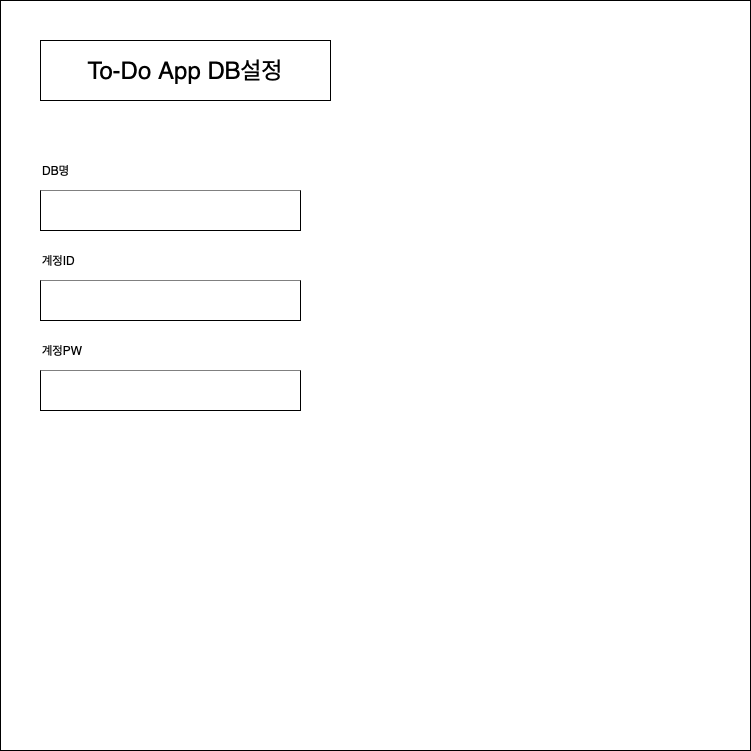
The draw.io diagram design/To-Do App Create DB.png in imaneya/clush-todo-frontend, before a commit. Source tidied: cells renumbered, new cells last; positions are measured from the earlier drawing's top-left corner, leaving out a move shared by most shapes.
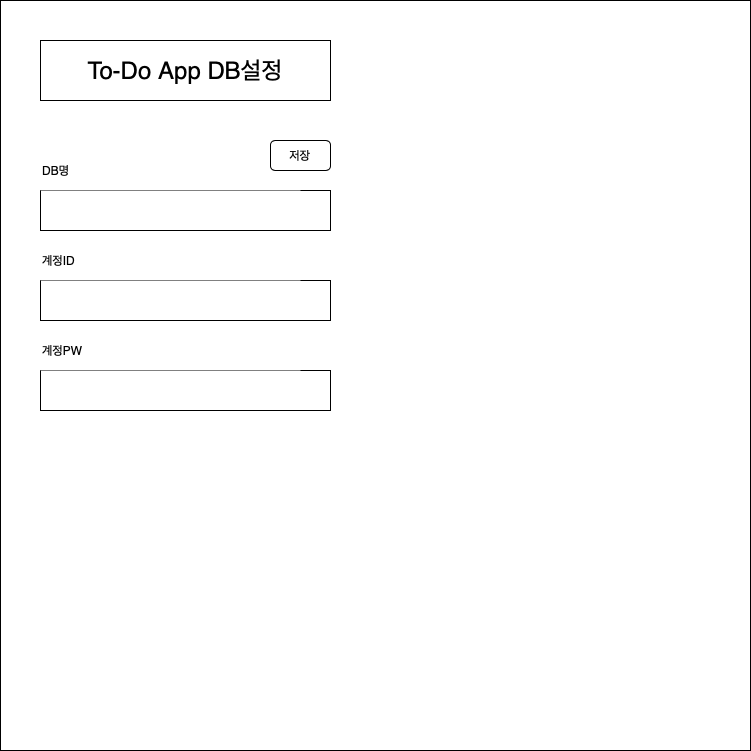
Later version of the same file.

Change to the diagram source:
```diff
@@ -9,22 +9,25 @@
       <mxGeometry x="40" y="40" width="290" height="60" as="geometry" />
     </mxCell>
     <mxCell id="4" style="rounded=0;whiteSpace=wrap;html=1;align=left;" parent="1" vertex="1">
-      <mxGeometry x="40" y="190" width="260" height="40" as="geometry" />
+      <mxGeometry x="40" y="190" width="290" height="40" as="geometry" />
     </mxCell>
     <mxCell id="5" value="DB명" style="rounded=0;whiteSpace=wrap;html=1;align=left;strokeColor=none;" parent="1" vertex="1">
       <mxGeometry x="40" y="150" width="260" height="40" as="geometry" />
     </mxCell>
     <mxCell id="6" style="rounded=0;whiteSpace=wrap;html=1;align=left;" parent="1" vertex="1">
-      <mxGeometry x="40" y="280" width="260" height="40" as="geometry" />
+      <mxGeometry x="40" y="280" width="290" height="40" as="geometry" />
     </mxCell>
     <mxCell id="7" value="계정ID" style="rounded=0;whiteSpace=wrap;html=1;align=left;strokeColor=none;" parent="1" vertex="1">
       <mxGeometry x="40" y="240" width="260" height="40" as="geometry" />
     </mxCell>
     <mxCell id="8" style="rounded=0;whiteSpace=wrap;html=1;align=left;" parent="1" vertex="1">
-      <mxGeometry x="40" y="370" width="260" height="40" as="geometry" />
+      <mxGeometry x="40" y="370" width="290" height="40" as="geometry" />
     </mxCell>
     <mxCell id="9" value="계정PW" style="rounded=0;whiteSpace=wrap;html=1;align=left;strokeColor=none;" parent="1" vertex="1">
       <mxGeometry x="40" y="330" width="260" height="40" as="geometry" />
     </mxCell>
+    <mxCell id="10" value="저장" style="rounded=1;whiteSpace=wrap;html=1;" parent="1" vertex="1">
+      <mxGeometry x="270" y="140" width="60" height="30" as="geometry" />
+    </mxCell>
   </root>
 </mxGraphModel>
```
